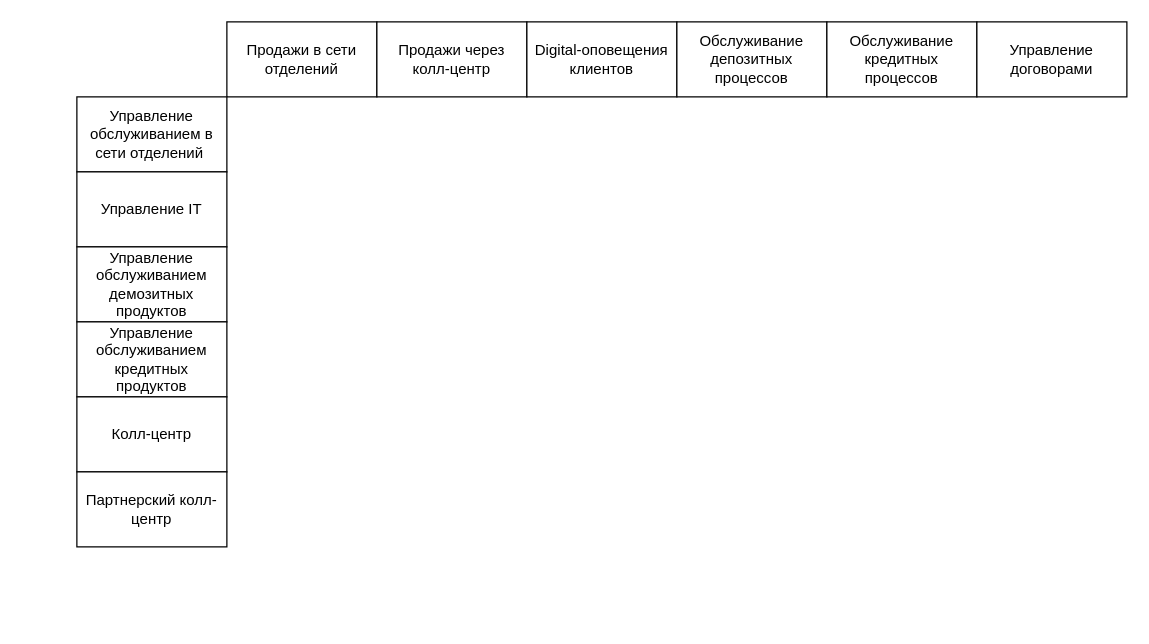
This is it_land_map.drawio from MorKaragh/drawings, a draw.io file, before an edit. Source tidied: cells renumbered, new cells numbered last; positions are measured from the earlier drawing's top-left corner, leaving out a move shared by most shapes. Both pictures are drawn from the tidied source at 125%, with x=0, y=0 at pixel (76, 21).
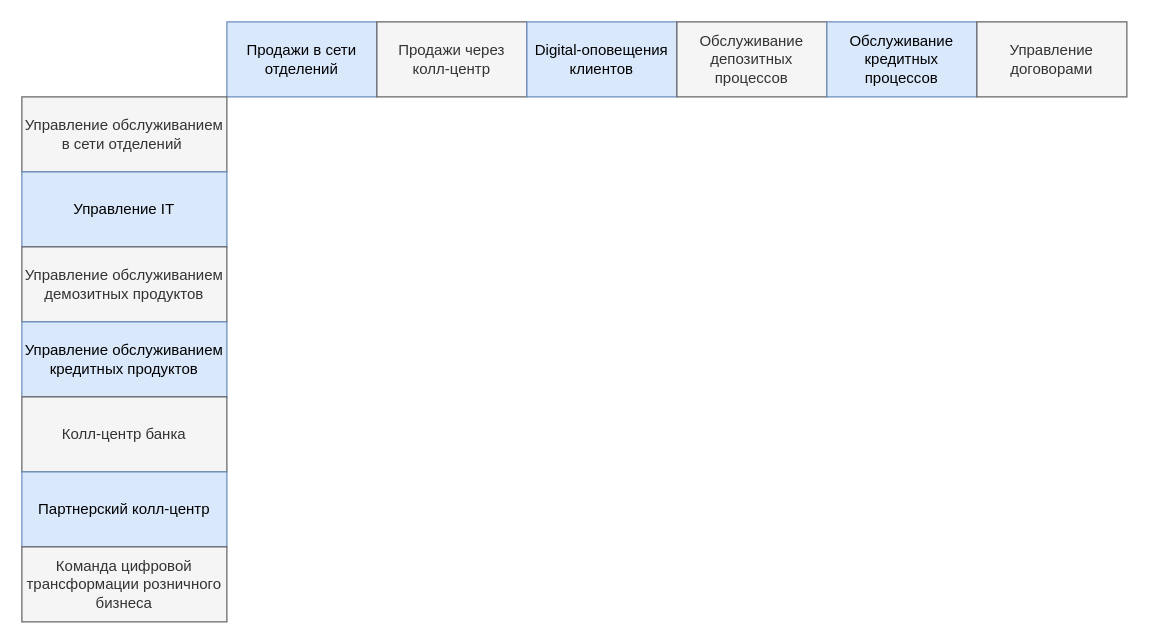
The same page after the edit.

Diff of the diagram source:
```diff
@@
 <mxGraphModel>
   <root>
     <mxCell id="0" />
     <mxCell id="1" parent="0" />
-    <mxCell id="2" value="Продажи в сети отделений" style="rounded=0;whiteSpace=wrap;html=1;" parent="1" vertex="1">
+    <mxCell id="2" value="Продажи в сети отделений" style="rounded=0;whiteSpace=wrap;html=1;fillColor=#dae8fc;strokeColor=#6c8ebf;" parent="1" vertex="1">
       <mxGeometry x="120" width="120" height="60" as="geometry" />
     </mxCell>
-    <mxCell id="3" value="Продажи через колл-центр" style="rounded=0;whiteSpace=wrap;html=1;" parent="1" vertex="1">
+    <mxCell id="3" value="Продажи через колл-центр" style="rounded=0;whiteSpace=wrap;html=1;fillColor=#f5f5f5;fontColor=#333333;strokeColor=#666666;" parent="1" vertex="1">
       <mxGeometry x="240" width="120" height="60" as="geometry" />
     </mxCell>
-    <mxCell id="4" value="Digital-оповещения клиентов" style="rounded=0;whiteSpace=wrap;html=1;" parent="1" vertex="1">
+    <mxCell id="4" value="Digital-оповещения клиентов" style="rounded=0;whiteSpace=wrap;html=1;fillColor=#dae8fc;strokeColor=#6c8ebf;" parent="1" vertex="1">
       <mxGeometry x="360" width="120" height="60" as="geometry" />
     </mxCell>
-    <mxCell id="5" value="Обслуживание депозитных процессов" style="rounded=0;whiteSpace=wrap;html=1;" parent="1" vertex="1">
+    <mxCell id="5" value="Обслуживание депозитных процессов" style="rounded=0;whiteSpace=wrap;html=1;fillColor=#f5f5f5;fontColor=#333333;strokeColor=#666666;" parent="1" vertex="1">
       <mxGeometry x="480" width="120" height="60" as="geometry" />
     </mxCell>
-    <mxCell id="6" value="Обслуживание кредитных процессов" style="rounded=0;whiteSpace=wrap;html=1;" parent="1" vertex="1">
+    <mxCell id="6" value="Обслуживание кредитных процессов" style="rounded=0;whiteSpace=wrap;html=1;fillColor=#dae8fc;strokeColor=#6c8ebf;" parent="1" vertex="1">
       <mxGeometry x="600" width="120" height="60" as="geometry" />
     </mxCell>
-    <mxCell id="7" value="Управление договорами" style="rounded=0;whiteSpace=wrap;html=1;" parent="1" vertex="1">
+    <mxCell id="7" value="Управление договорами" style="rounded=0;whiteSpace=wrap;html=1;fillColor=#f5f5f5;fontColor=#333333;strokeColor=#666666;" parent="1" vertex="1">
       <mxGeometry x="720" width="120" height="60" as="geometry" />
     </mxCell>
-    <mxCell id="8" value="Управление обслуживанием в сети отделений&amp;nbsp;" style="rounded=0;whiteSpace=wrap;html=1;" parent="1" vertex="1">
-      <mxGeometry y="60" width="120" height="60" as="geometry" />
+    <mxCell id="8" value="Управление обслуживанием в сети отделений&amp;nbsp;" style="rounded=0;whiteSpace=wrap;html=1;fillColor=#f5f5f5;fontColor=#333333;strokeColor=#666666;" parent="1" vertex="1">
+      <mxGeometry x="-44" y="60" width="164" height="60" as="geometry" />
     </mxCell>
-    <mxCell id="9" value="Управление IT" style="rounded=0;whiteSpace=wrap;html=1;" parent="1" vertex="1">
-      <mxGeometry y="120" width="120" height="60" as="geometry" />
+    <mxCell id="9" value="Управление IT" style="rounded=0;whiteSpace=wrap;html=1;fillColor=#dae8fc;strokeColor=#6c8ebf;" parent="1" vertex="1">
+      <mxGeometry x="-44" y="120" width="164" height="60" as="geometry" />
     </mxCell>
-    <mxCell id="10" value="Управление обслуживанием демозитных продуктов" style="rounded=0;whiteSpace=wrap;html=1;" parent="1" vertex="1">
-      <mxGeometry y="180" width="120" height="60" as="geometry" />
+    <mxCell id="10" value="Управление обслуживанием демозитных продуктов" style="rounded=0;whiteSpace=wrap;html=1;fillColor=#f5f5f5;fontColor=#333333;strokeColor=#666666;" parent="1" vertex="1">
+      <mxGeometry x="-44" y="180" width="164" height="60" as="geometry" />
     </mxCell>
-    <mxCell id="11" value="Управление обслуживанием кредитных продуктов" style="rounded=0;whiteSpace=wrap;html=1;" parent="1" vertex="1">
-      <mxGeometry y="240" width="120" height="60" as="geometry" />
+    <mxCell id="11" value="Управление обслуживанием кредитных продуктов" style="rounded=0;whiteSpace=wrap;html=1;fillColor=#dae8fc;strokeColor=#6c8ebf;" parent="1" vertex="1">
+      <mxGeometry x="-44" y="240" width="164" height="60" as="geometry" />
     </mxCell>
-    <mxCell id="12" value="Колл-центр" style="rounded=0;whiteSpace=wrap;html=1;" parent="1" vertex="1">
-      <mxGeometry y="300" width="120" height="60" as="geometry" />
+    <mxCell id="12" value="Колл-центр банка" style="rounded=0;whiteSpace=wrap;html=1;fillColor=#f5f5f5;fontColor=#333333;strokeColor=#666666;" parent="1" vertex="1">
+      <mxGeometry x="-44" y="300" width="164" height="60" as="geometry" />
     </mxCell>
-    <mxCell id="13" value="Партнерский колл-центр" style="rounded=0;whiteSpace=wrap;html=1;" parent="1" vertex="1">
-      <mxGeometry y="360" width="120" height="60" as="geometry" />
+    <mxCell id="13" value="Партнерский колл-центр" style="rounded=0;whiteSpace=wrap;html=1;fillColor=#dae8fc;strokeColor=#6c8ebf;" parent="1" vertex="1">
+      <mxGeometry x="-44" y="360" width="164" height="60" as="geometry" />
     </mxCell>
+    <mxCell id="14" value="Команда цифровой трансформации розничного бизнеса" style="rounded=0;whiteSpace=wrap;html=1;fillColor=#f5f5f5;fontColor=#333333;strokeColor=#666666;" parent="1" vertex="1">
+      <mxGeometry x="-44" y="420" width="164" height="60" as="geometry" />
+    </mxCell>
   </root>
 </mxGraphModel>
```
